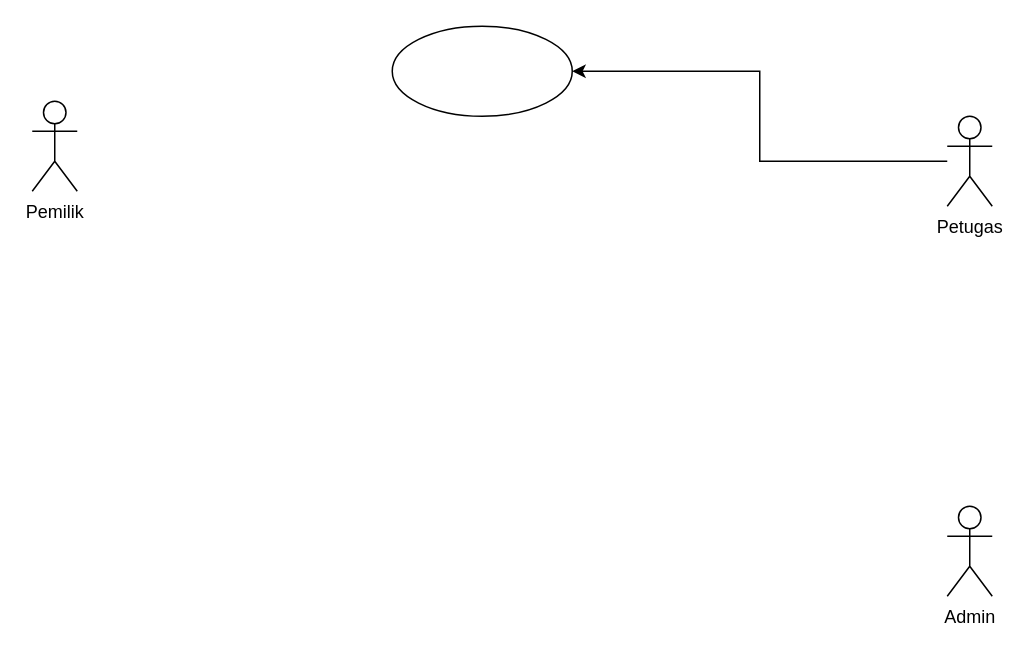
Before: Untitled Diagram.drawio in floxydio/belajarhtml, a draw.io diagram. Source tidied: cells renumbered, new cells numbered last; positions are measured from the earlier drawing's top-left corner, leaving out a move shared by most shapes. Both pictures are drawn from the tidied source at 150%, with x=0, y=0 at pixel (32, 26).
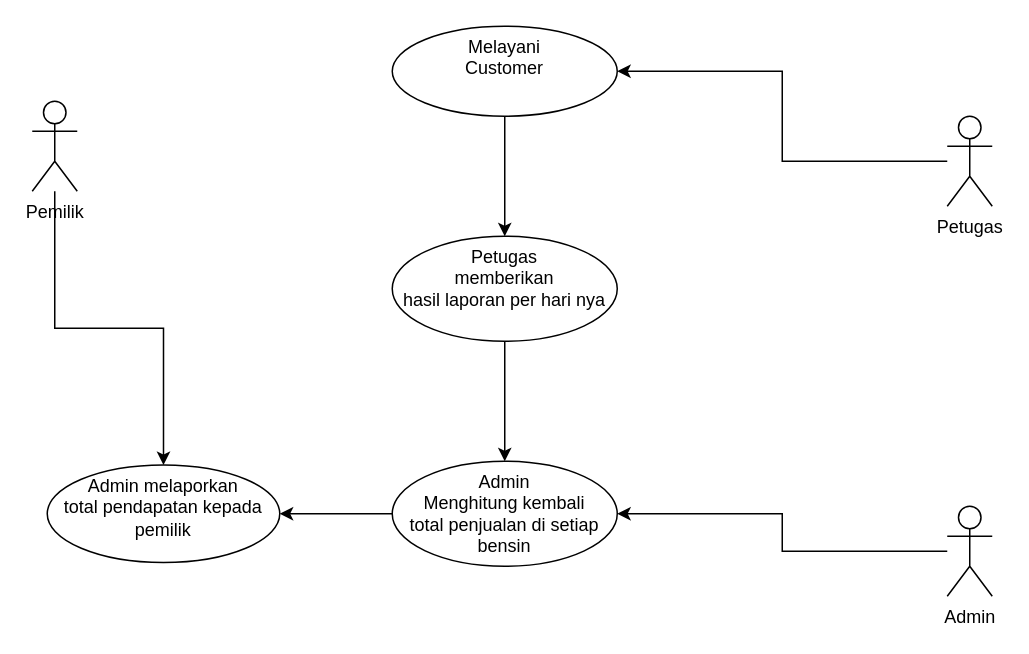
The same diagram, later.

The edit, as a diff of the source:
```diff
@@
 <mxGraphModel>
   <root>
     <mxCell id="0" />
     <mxCell id="1" parent="0" />
+    <mxCell id="7" style="edgeStyle=orthogonalEdgeStyle;rounded=0;jettySize=auto;html=1;" parent="1" edge="1" source="2" target="14">
+      <mxGeometry relative="1" as="geometry" />
+    </mxCell>
     <mxCell id="2" value="Pemilik" style="shape=umlActor;verticalLabelPosition=bottom;verticalAlign=top;html=1;outlineConnect=0;" parent="1" vertex="1">
       <mxGeometry y="50" width="30" height="60" as="geometry" />
     </mxCell>
     <mxCell id="3" style="edgeStyle=orthogonalEdgeStyle;rounded=0;jettySize=auto;html=1;" parent="1" edge="1" source="4" target="6">
       <mxGeometry relative="1" as="geometry" />
     </mxCell>
     <mxCell id="4" value="&lt;div&gt;Petugas&lt;/div&gt;&lt;div&gt;&lt;br&gt;&lt;/div&gt;" style="shape=umlActor;verticalLabelPosition=bottom;verticalAlign=top;html=1;outlineConnect=0;" parent="1" vertex="1">
       <mxGeometry x="610" y="60" width="30" height="60" as="geometry" />
     </mxCell>
+    <mxCell id="8" style="edgeStyle=orthogonalEdgeStyle;rounded=0;jettySize=auto;html=1;" parent="1" edge="1" source="5" target="13">
+      <mxGeometry relative="1" as="geometry" />
+    </mxCell>
     <mxCell id="5" value="Admin" style="shape=umlActor;verticalLabelPosition=bottom;verticalAlign=top;html=1;outlineConnect=0;" parent="1" vertex="1">
       <mxGeometry x="610" y="320" width="30" height="60" as="geometry" />
     </mxCell>
+    <mxCell id="9" style="edgeStyle=orthogonalEdgeStyle;rounded=0;jettySize=auto;html=1;" parent="1" edge="1" source="6" target="11">
+      <mxGeometry relative="1" as="geometry" />
+    </mxCell>
-    <mxCell id="6" style="ellipse;whiteSpace=wrap;html=1;verticalAlign=top;" parent="1" vertex="1">
-      <mxGeometry x="240" width="120" height="60" as="geometry" />
+    <mxCell id="6" value="&lt;div&gt;Melayani&lt;/div&gt;&lt;div&gt;Customer&lt;br&gt;&lt;/div&gt;" style="ellipse;whiteSpace=wrap;html=1;verticalAlign=top;" parent="1" vertex="1">
+      <mxGeometry x="240" width="150" height="60" as="geometry" />
     </mxCell>
+    <mxCell id="10" style="edgeStyle=orthogonalEdgeStyle;rounded=0;jettySize=auto;html=1;" parent="1" edge="1" source="11" target="13">
+      <mxGeometry relative="1" as="geometry" />
+    </mxCell>
+    <mxCell id="11" value="&lt;div&gt;Petugas&lt;/div&gt;&lt;div&gt;memberikan&lt;/div&gt;&lt;div&gt;hasil laporan per hari nya &lt;/div&gt;" style="ellipse;whiteSpace=wrap;html=1;verticalAlign=top;" parent="1" vertex="1">
+      <mxGeometry x="240" y="140" width="150" height="70" as="geometry" />
+    </mxCell>
+    <mxCell id="12" style="edgeStyle=orthogonalEdgeStyle;rounded=0;jettySize=auto;html=1;" parent="1" edge="1" source="13" target="14">
+      <mxGeometry relative="1" as="geometry" />
+    </mxCell>
+    <mxCell id="13" value="&lt;div&gt;Admin&lt;/div&gt;&lt;div&gt;Menghitung kembali&lt;/div&gt;&lt;div&gt;total penjualan di setiap&lt;/div&gt;&lt;div&gt;bensin&lt;br&gt;&lt;/div&gt;" style="ellipse;whiteSpace=wrap;html=1;verticalAlign=top;" parent="1" vertex="1">
+      <mxGeometry x="240" y="290" width="150" height="70" as="geometry" />
+    </mxCell>
+    <mxCell id="14" value="&lt;div&gt;Admin melaporkan&lt;/div&gt;&lt;div&gt;total pendapatan kepada pemilik&lt;br&gt;&lt;/div&gt;" style="ellipse;whiteSpace=wrap;html=1;verticalAlign=top;" parent="1" vertex="1">
+      <mxGeometry x="10" y="292.5" width="155" height="65" as="geometry" />
+    </mxCell>
   </root>
 </mxGraphModel>
```
